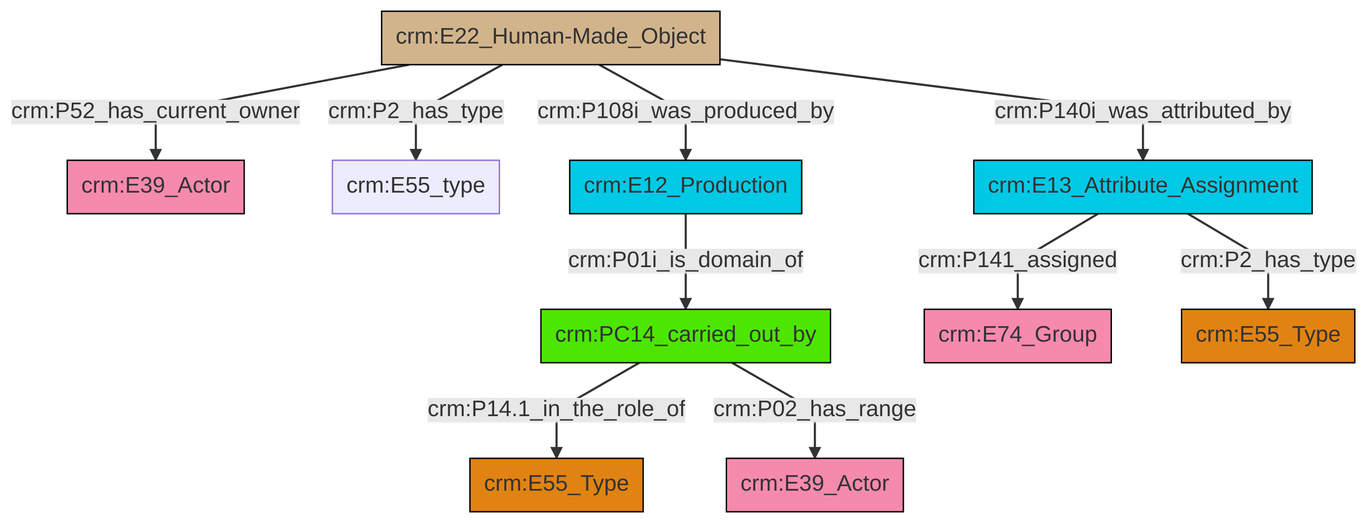
swiss-art-research-net/docs.swissartresearch keeps this Mermaid diagram as et/builtWorkCSV/ttl/mmd/png/Built_Work_actor_relations.png. Above is the earlier version. Its source is kept beside it as et/builtWorkCSV/ttl/mmd/Built_Work_actor_relations.ttl.mmd.
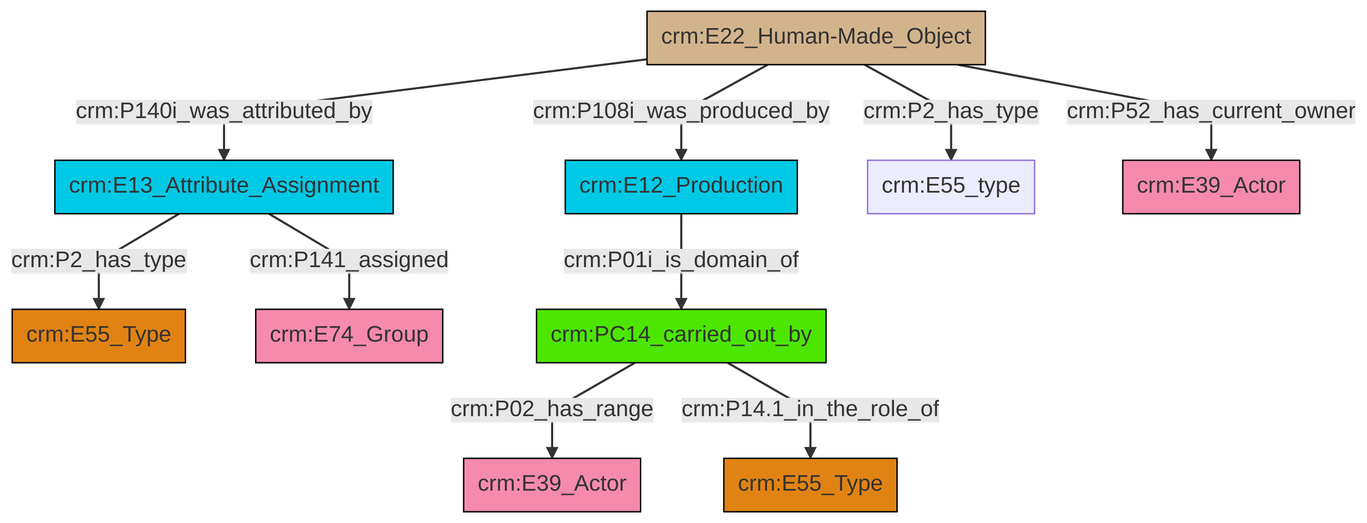
Above is the later version.

Diff of the diagram source:
```diff
@@ -13,12 +13,12 @@
 classDef PC_Classes fill:#4ce600, stroke:#000000;
 classDef Multi fill:#cccccc,stroke:#000000;
 
-0["crm:E22_Human-Made_Object"]:::Physical_Thing -->|crm:P52_has_current_owner| 2["crm:E39_Actor"]:::Actor
-6["crm:E12_Production"]:::Temporal_Entity -->|crm:P01i_is_domain_of| 7["crm:PC14_carried_out_by"]:::PC_Classes
-11["crm:E13_Attribute_Assignment"]:::Temporal_Entity -->|crm:P141_assigned| 12["crm:E74_Group"]:::Actor
-7["crm:PC14_carried_out_by"]:::PC_Classes -->|crm:P14.1_in_the_role_of| 8["crm:E55_Type"]:::Type
-11["crm:E13_Attribute_Assignment"]:::Temporal_Entity -->|crm:P2_has_type| 4["crm:E55_Type"]:::Type
-0["crm:E22_Human-Made_Object"]:::Physical_Thing -->|crm:P2_has_type| 13["crm:E55_type"]:::Default
-7["crm:PC14_carried_out_by"]:::PC_Classes -->|crm:P02_has_range| 15["crm:E39_Actor"]:::Actor
-0["crm:E22_Human-Made_Object"]:::Physical_Thing -->|crm:P108i_was_produced_by| 6["crm:E12_Production"]:::Temporal_Entity
-0["crm:E22_Human-Made_Object"]:::Physical_Thing -->|crm:P140i_was_attributed_by| 11["crm:E13_Attribute_Assignment"]:::Temporal_Entity
+2["crm:E22_Human-Made_Object"]:::Physical_Thing -->|crm:P108i_was_produced_by| 3["crm:E12_Production"]:::Temporal_Entity
+2["crm:E22_Human-Made_Object"]:::Physical_Thing -->|crm:P2_has_type| 6["crm:E55_type"]:::Default
+4["crm:E13_Attribute_Assignment"]:::Temporal_Entity -->|crm:P2_has_type| 7["crm:E55_Type"]:::Type
+2["crm:E22_Human-Made_Object"]:::Physical_Thing -->|crm:P52_has_current_owner| 13["crm:E39_Actor"]:::Actor
+2["crm:E22_Human-Made_Object"]:::Physical_Thing -->|crm:P140i_was_attributed_by| 4["crm:E13_Attribute_Assignment"]:::Temporal_Entity
+14["crm:PC14_carried_out_by"]:::PC_Classes -->|crm:P02_has_range| 0["crm:E39_Actor"]:::Actor
+3["crm:E12_Production"]:::Temporal_Entity -->|crm:P01i_is_domain_of| 14["crm:PC14_carried_out_by"]:::PC_Classes
+14["crm:PC14_carried_out_by"]:::PC_Classes -->|crm:P14.1_in_the_role_of| 8["crm:E55_Type"]:::Type
+4["crm:E13_Attribute_Assignment"]:::Temporal_Entity -->|crm:P141_assigned| 10["crm:E74_Group"]:::Actor
```
